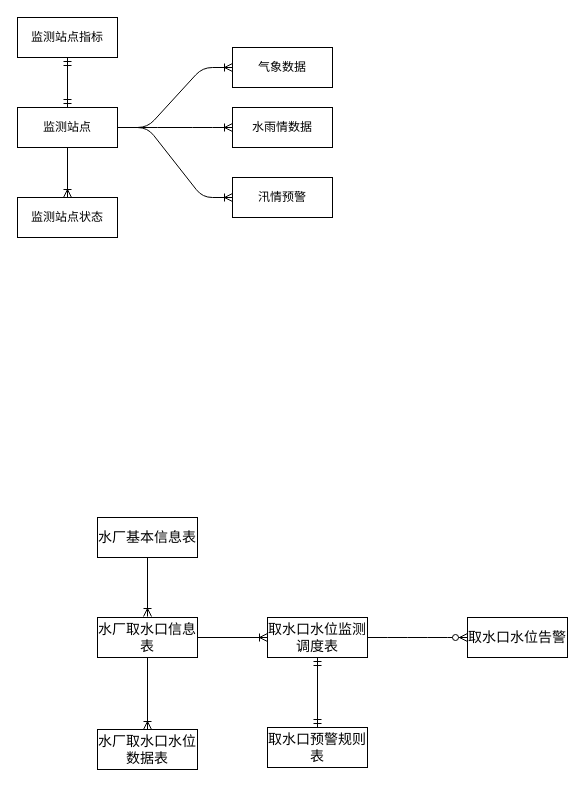
Above: file/csfher.drawio in DORcode/admin-demo (draw.io), before the change. Source tidied: cells renumbered, new cells numbered last; positions are measured from the earlier drawing's top-left corner, leaving out a move shared by most shapes. Both pictures are drawn from the tidied source at 100%, with x=0, y=0 at pixel (17, 17).
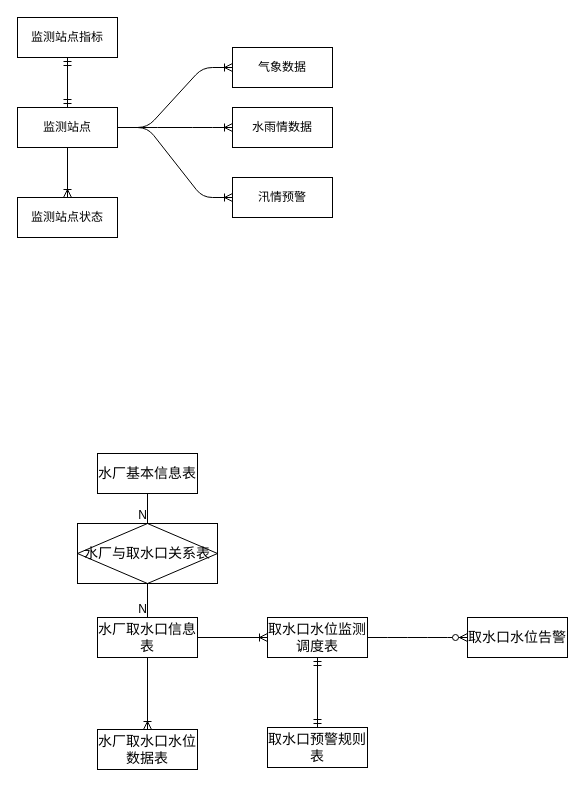
Above is the later version.

The change refers to these unchanged cells:
```xml
<mxCell id="18" value="水厂取水口信息表" style="whiteSpace=wrap;html=1;align=center;fontFamily=仿宋;fontSize=14;" parent="1" vertex="1">
  <mxGeometry x="80" y="600" width="100" height="40" as="geometry" />
</mxCell>
<mxCell id="22" value="水厂取水口水位数据表" style="whiteSpace=wrap;html=1;align=center;fontFamily=仿宋;fontSize=14;" parent="1" vertex="1">
  <mxGeometry x="80" y="712" width="100" height="40" as="geometry" />
</mxCell>
```

Change to the diagram source:
```diff
@@
     <mxCell id="17" value="水厂基本信息表" style="whiteSpace=wrap;html=1;align=center;fontFamily=仿宋;fontSize=14;" parent="1" vertex="1">
-      <mxGeometry x="80" y="500" width="100" height="40" as="geometry" />
+      <mxGeometry x="80" y="436" width="100" height="40" as="geometry" />
     </mxCell>
@@
-    <mxCell id="19" style="edgeStyle=orthogonalEdgeStyle;fontSize=14;html=1;endArrow=ERoneToMany;exitX=0.5;exitY=1;exitDx=0;exitDy=0;fontFamily=仿宋;" parent="1" edge="1" source="17">
-      <mxGeometry relative="1" as="geometry">
-        <mxPoint x="130" y="599" as="targetPoint" />
-      </mxGeometry>
-    </mxCell>
@@
-    <mxCell id="23" style="edgeStyle=orthogonalEdgeStyle;fontSize=12;html=1;endArrow=ERoneToMany;exitX=0.5;exitY=1;exitDx=0;exitDy=0;entryX=0.5;entryY=0;entryDx=0;entryDy=0;" parent="1" edge="1" source="18" target="22">
+    <mxCell id="23" style="edgeStyle=orthogonalEdgeStyle;fontSize=12;html=1;endArrow=ERoneToMany;exitX=0.5;exitY=1;exitDx=0;exitDy=0;entryX=0.5;entryY=0;entryDx=0;entryDy=0;fontFamily=仿宋;" parent="1" edge="1" source="18" target="22">
       <mxGeometry relative="1" as="geometry" />
     </mxCell>
+    <mxCell id="24" value="水厂与取水口关系表" style="shape=associativeEntity;whiteSpace=wrap;html=1;align=center;fontFamily=仿宋;fontSize=14;" parent="1" vertex="1">
+      <mxGeometry x="60" y="506" width="140" height="60" as="geometry" />
+    </mxCell>
+    <mxCell id="25" style="endArrow=none;html=1;rounded=0;fontFamily=仿宋;fontSize=14;exitX=0.5;exitY=1;exitDx=0;exitDy=0;" parent="1" edge="1" source="17" target="24">
+      <mxGeometry relative="1" as="geometry" />
+    </mxCell>
+    <mxCell id="26" value="N" style="html=1;align=right;verticalAlign=bottom;" parent="25" vertex="1">
+      <mxGeometry x="1" relative="1" as="geometry" />
+    </mxCell>
+    <mxCell id="27" style="endArrow=none;html=1;rounded=0;fontFamily=仿宋;fontSize=14;exitX=0.5;exitY=1;exitDx=0;exitDy=0;" parent="1" edge="1" source="24" target="18">
+      <mxGeometry relative="1" as="geometry" />
+    </mxCell>
+    <mxCell id="28" value="N" style="html=1;align=right;verticalAlign=bottom;" parent="27" vertex="1">
+      <mxGeometry x="1" relative="1" as="geometry" />
+    </mxCell>
```
